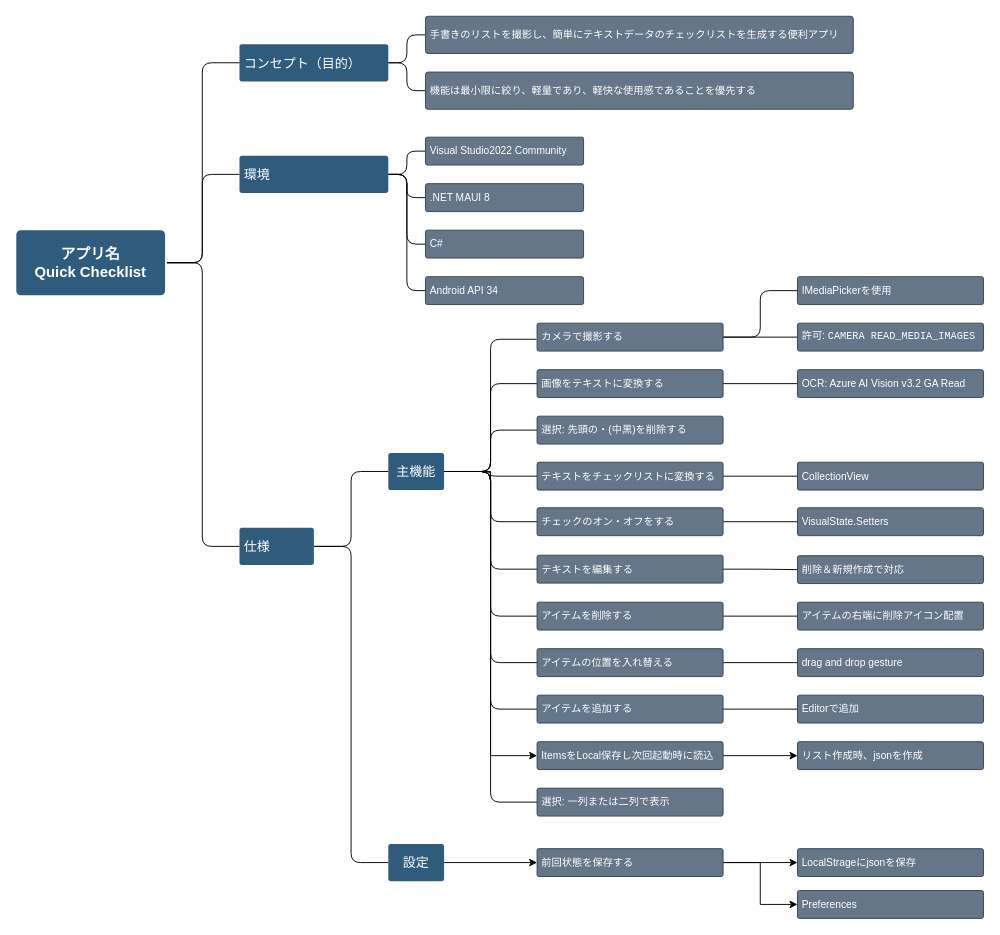
The draw.io diagram page "マインドマップ" (1 of 3) of Docs/BasicDesign.drawio in makuta-kobo-org/CheckListMaker, before the edit. Source tidied: cells renumbered, new cells numbered last; positions are measured from the earlier drawing's top-left corner, leaving out a move shared by most shapes. Both pictures are drawn from the tidied source at 93%, with x=0, y=0 at pixel (16, 16).
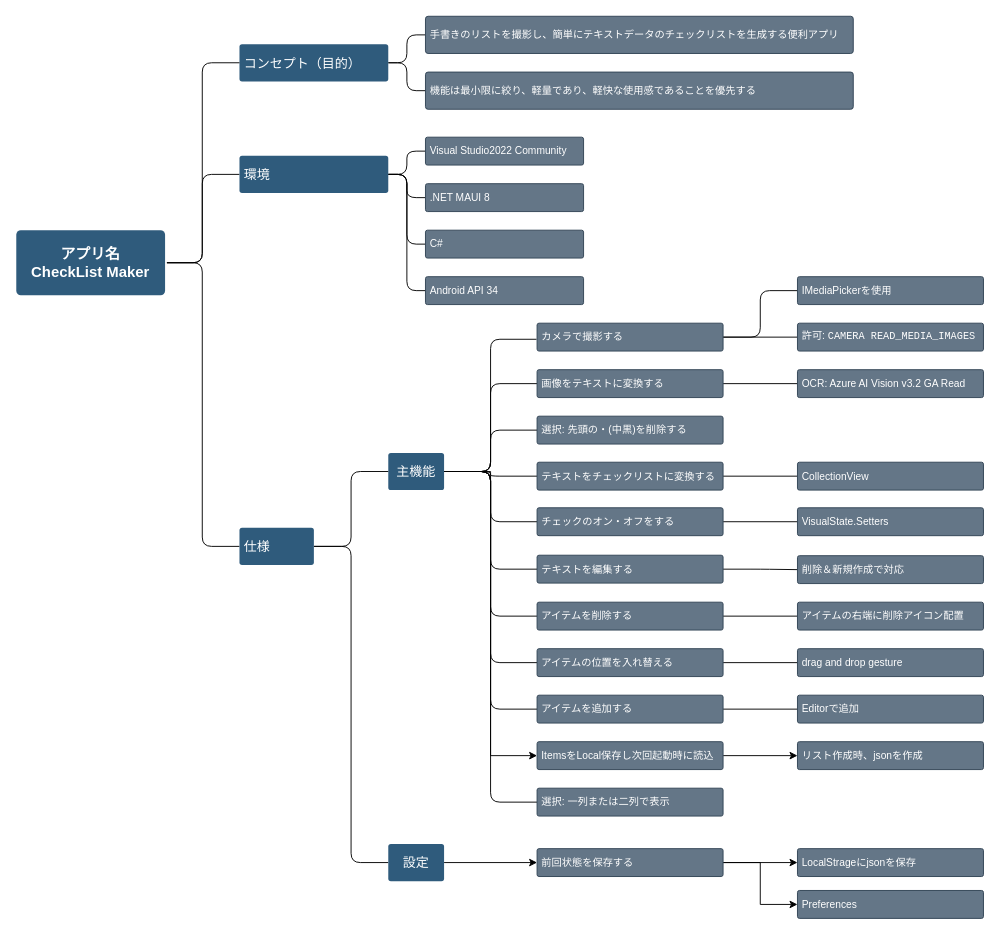
The same page after the edit.

Change to the diagram source:
```diff
@@
-    <mxCell id="4" value="アプリ名&lt;br&gt;Quick Checklist" style="rounded=1;whiteSpace=wrap;html=1;shadow=0;labelBackgroundColor=none;strokeColor=none;strokeWidth=3;fillColor=#2F5B7C;fontFamily=Helvetica;fontSize=16;fontColor=#FFFFFF;align=center;fontStyle=1;spacing=5;arcSize=7;perimeterSpacing=2;" parent="1" vertex="1">
+    <mxCell id="4" value="アプリ名&lt;br&gt;CheckList Maker" style="rounded=1;whiteSpace=wrap;html=1;shadow=0;labelBackgroundColor=none;strokeColor=none;strokeWidth=3;fillColor=#2F5B7C;fontFamily=Helvetica;fontSize=16;fontColor=#FFFFFF;align=center;fontStyle=1;spacing=5;arcSize=7;perimeterSpacing=2;" parent="1" vertex="1">
       <mxGeometry y="230" width="160" height="70" as="geometry" />
     </mxCell>
```
